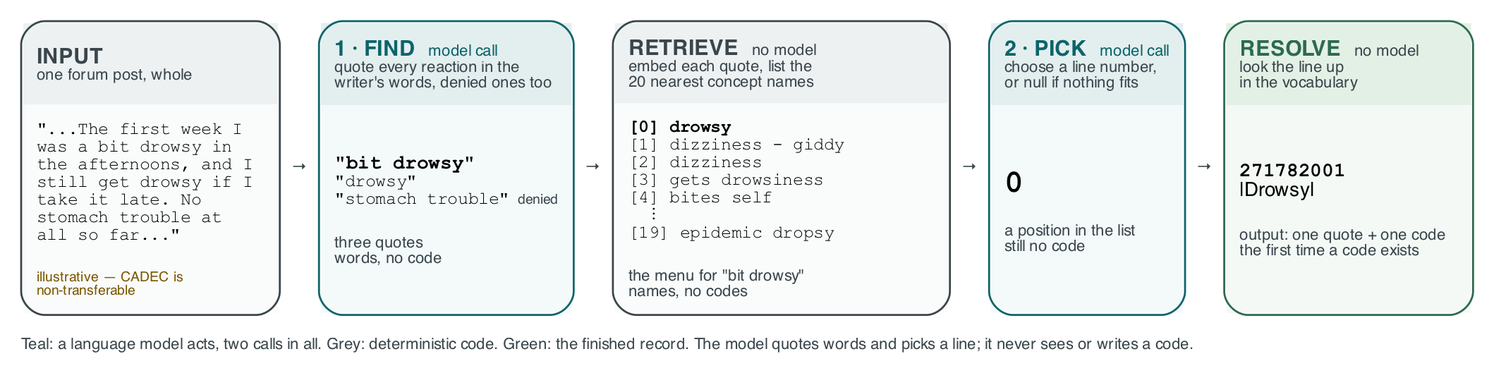
Before: docs/figures/infoq-fig6-pipeline-flow.png, a diagram exported from Graphviz (wbagais/reliability-ladder). Its source is kept beside it as docs/figures/infoq-fig6-pipeline-flow.dot.
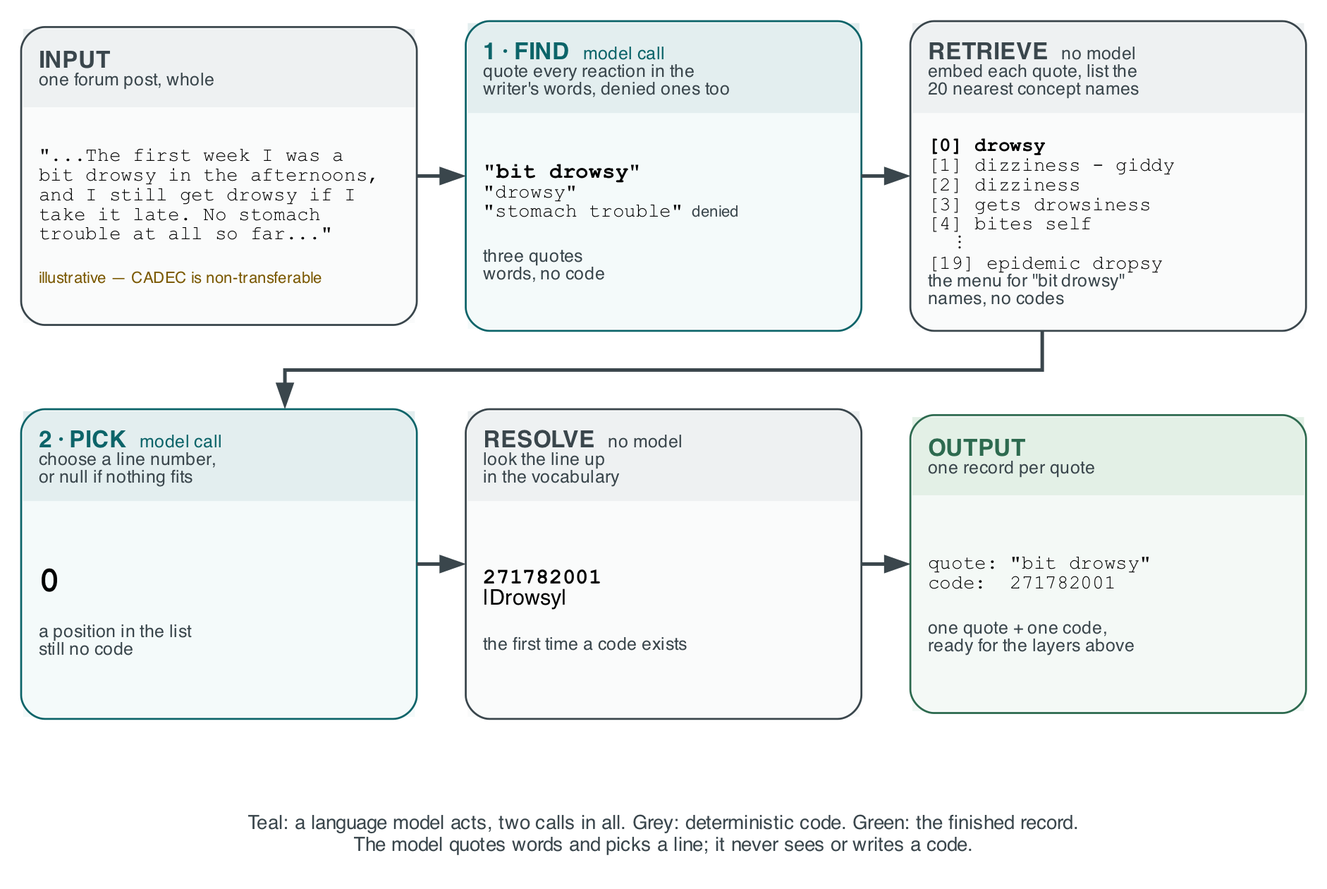
Later version of the same file.

Commit message:
InfoQ CADEC article: Figure 1 in two rows of three cards, output as its own card

Change to the diagram source:
```diff
@@ -1,35 +1,46 @@
-digraph pipeline_h {
-  bgcolor="white"; pad=0.15;
+digraph pipeline_flow {
+  bgcolor="white"; rankdir=TB; splines=ortho; nodesep=0.35; ranksep=0.55; pad=0.15;
   node [shape=none fontname="Helvetica" margin=0];
+  edge [color="#3a464c" penwidth=1.8 arrowsize=1.0];
 
-  t [label=<<TABLE BORDER="0" CELLBORDER="0" CELLSPACING="0" CELLPADDING="0">
-  <TR>
-    <TD VALIGN="MIDDLE"><TABLE BORDER="1" COLOR="#3a464c" CELLBORDER="0" CELLSPACING="0" CELLPADDING="7" STYLE="rounded" WIDTH="130">
-      <TR><TD BGCOLOR="#eef1f2" ALIGN="LEFT" WIDTH="130" HEIGHT="40"><FONT POINT-SIZE="11.5" COLOR="#3a464c"><B>INPUT</B></FONT><BR ALIGN="LEFT"/><FONT POINT-SIZE="8.5" COLOR="#3a464c">one forum post, whole</FONT><BR ALIGN="LEFT"/></TD></TR>
-      <TR><TD BGCOLOR="#fafbfb" ALIGN="LEFT" HEIGHT="105"><FONT POINT-SIZE="9.5" FACE="Courier">"...The first week I<BR ALIGN="LEFT"/>was a bit drowsy in<BR ALIGN="LEFT"/>the afternoons, and I<BR ALIGN="LEFT"/>still get drowsy if I<BR ALIGN="LEFT"/>take it late. No<BR ALIGN="LEFT"/>stomach trouble at<BR ALIGN="LEFT"/>all so far..."</FONT><BR ALIGN="LEFT"/><BR ALIGN="LEFT"/><FONT POINT-SIZE="7.5" COLOR="#7a5800">illustrative — CADEC is<BR ALIGN="LEFT"/>non-transferable</FONT><BR ALIGN="LEFT"/></TD></TR>
-    </TABLE></TD>
-    <TD WIDTH="20" VALIGN="MIDDLE"><FONT POINT-SIZE="8.5" COLOR="#3a464c">→</FONT></TD>
-    <TD VALIGN="MIDDLE"><TABLE BORDER="1" COLOR="#0c6469" CELLBORDER="0" CELLSPACING="0" CELLPADDING="7" STYLE="rounded" WIDTH="120">
-      <TR><TD BGCOLOR="#e3eeef" ALIGN="LEFT" WIDTH="120" HEIGHT="40"><FONT POINT-SIZE="11.5" COLOR="#0c6469"><B>1 · FIND</B></FONT><FONT POINT-SIZE="8.5" COLOR="#0c6469">   model call</FONT><BR ALIGN="LEFT"/><FONT POINT-SIZE="8.5" COLOR="#3a464c">quote every reaction in the<BR ALIGN="LEFT"/>writer's words, denied ones too</FONT><BR ALIGN="LEFT"/></TD></TR>
-      <TR><TD BGCOLOR="#f4fafa" ALIGN="LEFT" HEIGHT="105"><FONT POINT-SIZE="10" FACE="Courier"><B>"bit drowsy"</B></FONT><BR ALIGN="LEFT"/><FONT POINT-SIZE="9.5" FACE="Courier">"drowsy"</FONT><BR ALIGN="LEFT"/><FONT POINT-SIZE="9.5" FACE="Courier">"stomach trouble"</FONT><FONT POINT-SIZE="7.5" COLOR="#3a464c">  denied</FONT><BR ALIGN="LEFT"/><BR ALIGN="LEFT"/><FONT POINT-SIZE="8" COLOR="#3a464c">three quotes<BR ALIGN="LEFT"/>words, no code</FONT><BR ALIGN="LEFT"/></TD></TR>
-    </TABLE></TD>
-    <TD WIDTH="20" VALIGN="MIDDLE"><FONT POINT-SIZE="8.5" COLOR="#3a464c">→</FONT></TD>
-    <TD VALIGN="MIDDLE"><TABLE BORDER="1" COLOR="#3a464c" CELLBORDER="0" CELLSPACING="0" CELLPADDING="7" STYLE="rounded" WIDTH="170">
-      <TR><TD BGCOLOR="#eef1f2" ALIGN="LEFT" WIDTH="170" HEIGHT="40"><FONT POINT-SIZE="11.5" COLOR="#3a464c"><B>RETRIEVE</B></FONT><FONT POINT-SIZE="8.5" COLOR="#3a464c">   no model</FONT><BR ALIGN="LEFT"/><FONT POINT-SIZE="8.5" COLOR="#3a464c">embed each quote, list the<BR ALIGN="LEFT"/>20 nearest concept names</FONT><BR ALIGN="LEFT"/></TD></TR>
-      <TR><TD BGCOLOR="#fafbfb" ALIGN="LEFT" HEIGHT="105"><FONT POINT-SIZE="9.5" FACE="Courier"><B>[0] drowsy</B><BR ALIGN="LEFT"/>[1] dizziness - giddy<BR ALIGN="LEFT"/>[2] dizziness<BR ALIGN="LEFT"/>[3] gets drowsiness<BR ALIGN="LEFT"/>[4] bites self<BR ALIGN="LEFT"/>    ⋮<BR ALIGN="LEFT"/>[19] epidemic dropsy</FONT><BR ALIGN="LEFT"/><BR ALIGN="LEFT"/><FONT POINT-SIZE="8" COLOR="#3a464c">the menu for "bit drowsy"<BR ALIGN="LEFT"/>names, no codes</FONT><BR ALIGN="LEFT"/></TD></TR>
-    </TABLE></TD>
-    <TD WIDTH="20" VALIGN="MIDDLE"><FONT POINT-SIZE="8.5" COLOR="#3a464c">→</FONT></TD>
-    <TD VALIGN="MIDDLE"><TABLE BORDER="1" COLOR="#0c6469" CELLBORDER="0" CELLSPACING="0" CELLPADDING="7" STYLE="rounded" WIDTH="85">
-      <TR><TD BGCOLOR="#e3eeef" ALIGN="LEFT" WIDTH="85" HEIGHT="40"><FONT POINT-SIZE="11.5" COLOR="#0c6469"><B>2 · PICK</B></FONT><FONT POINT-SIZE="8.5" COLOR="#0c6469">   model call</FONT><BR ALIGN="LEFT"/><FONT POINT-SIZE="8.5" COLOR="#3a464c">choose a line number,<BR ALIGN="LEFT"/>or null if nothing fits</FONT><BR ALIGN="LEFT"/></TD></TR>
-      <TR><TD BGCOLOR="#f4fafa" ALIGN="LEFT" HEIGHT="105"><FONT POINT-SIZE="16" FACE="Courier"><B>0</B></FONT><BR ALIGN="LEFT"/><BR ALIGN="LEFT"/><FONT POINT-SIZE="8" COLOR="#3a464c">a position in the list<BR ALIGN="LEFT"/>still no code</FONT><BR ALIGN="LEFT"/></TD></TR>
-    </TABLE></TD>
-    <TD WIDTH="20" VALIGN="MIDDLE"><FONT POINT-SIZE="8.5" COLOR="#3a464c">→</FONT></TD>
-    <TD VALIGN="MIDDLE"><TABLE BORDER="1" COLOR="#2d6a4f" CELLBORDER="0" CELLSPACING="0" CELLPADDING="7" STYLE="rounded" WIDTH="125">
-      <TR><TD BGCOLOR="#e3f0e6" ALIGN="LEFT" WIDTH="125" HEIGHT="40"><FONT POINT-SIZE="11.5" COLOR="#2d6a4f"><B>RESOLVE</B></FONT><FONT POINT-SIZE="8.5" COLOR="#3a464c">   no model</FONT><BR ALIGN="LEFT"/><FONT POINT-SIZE="8.5" COLOR="#3a464c">look the line up<BR ALIGN="LEFT"/>in the vocabulary</FONT><BR ALIGN="LEFT"/></TD></TR>
-      <TR><TD BGCOLOR="#f4f9f6" ALIGN="LEFT" HEIGHT="105"><FONT POINT-SIZE="10" FACE="Courier"><B>271782001</B></FONT><BR ALIGN="LEFT"/><FONT POINT-SIZE="10">|Drowsy|</FONT><BR ALIGN="LEFT"/><BR ALIGN="LEFT"/><FONT POINT-SIZE="8" COLOR="#3a464c">output: one quote + one code<BR ALIGN="LEFT"/>the first time a code exists</FONT><BR ALIGN="LEFT"/></TD></TR>
-    </TABLE></TD>
-  </TR>
-  <TR><TD COLSPAN="9" HEIGHT="10"></TD></TR>
-  <TR><TD COLSPAN="9" ALIGN="LEFT"><FONT POINT-SIZE="8.5" COLOR="#3a464c">Teal: a language model acts, two calls in all. Grey: deterministic code. Green: the finished record. The model quotes words and picks a line; it never sees or writes a code.</FONT></TD></TR>
+  input [label=<<TABLE BORDER="1" COLOR="#3a464c" CELLBORDER="0" CELLSPACING="0" CELLPADDING="8" STYLE="rounded" WIDTH="200">
+    <TR><TD BGCOLOR="#eef1f2" ALIGN="LEFT" WIDTH="200" HEIGHT="40"><FONT POINT-SIZE="12.5" COLOR="#3a464c"><B>INPUT</B></FONT><BR ALIGN="LEFT"/><FONT POINT-SIZE="9.5" COLOR="#3a464c">one forum post, whole</FONT><BR ALIGN="LEFT"/></TD></TR>
+    <TR><TD BGCOLOR="#fafbfb" ALIGN="LEFT" HEIGHT="110"><FONT POINT-SIZE="10" FACE="Courier">"...The first week I was a<BR ALIGN="LEFT"/>bit drowsy in the afternoons,<BR ALIGN="LEFT"/>and I still get drowsy if I<BR ALIGN="LEFT"/>take it late. No stomach<BR ALIGN="LEFT"/>trouble at all so far..."</FONT><BR ALIGN="LEFT"/><BR ALIGN="LEFT"/><FONT POINT-SIZE="8.5" COLOR="#7a5800">illustrative — CADEC is non-transferable</FONT><BR ALIGN="LEFT"/></TD></TR>
   </TABLE>>];
+
+  find [label=<<TABLE BORDER="1" COLOR="#0c6469" CELLBORDER="0" CELLSPACING="0" CELLPADDING="8" STYLE="rounded" WIDTH="200">
+    <TR><TD BGCOLOR="#e3eeef" ALIGN="LEFT" WIDTH="200" HEIGHT="40"><FONT POINT-SIZE="12.5" COLOR="#0c6469"><B>1 · FIND</B></FONT><FONT POINT-SIZE="9.5" COLOR="#0c6469">   model call</FONT><BR ALIGN="LEFT"/><FONT POINT-SIZE="9.5" COLOR="#3a464c">quote every reaction in the<BR ALIGN="LEFT"/>writer's words, denied ones too</FONT><BR ALIGN="LEFT"/></TD></TR>
+    <TR><TD BGCOLOR="#f4fafa" ALIGN="LEFT" HEIGHT="110"><FONT POINT-SIZE="11" FACE="Courier"><B>"bit drowsy"</B></FONT><BR ALIGN="LEFT"/><FONT POINT-SIZE="10" FACE="Courier">"drowsy"</FONT><BR ALIGN="LEFT"/><FONT POINT-SIZE="10" FACE="Courier">"stomach trouble"</FONT><FONT POINT-SIZE="8.5" COLOR="#3a464c">  denied</FONT><BR ALIGN="LEFT"/><BR ALIGN="LEFT"/><FONT POINT-SIZE="9" COLOR="#3a464c">three quotes<BR ALIGN="LEFT"/>words, no code</FONT><BR ALIGN="LEFT"/></TD></TR>
+  </TABLE>>];
+
+  retrieve [label=<<TABLE BORDER="1" COLOR="#3a464c" CELLBORDER="0" CELLSPACING="0" CELLPADDING="8" STYLE="rounded" WIDTH="200">
+    <TR><TD BGCOLOR="#eef1f2" ALIGN="LEFT" WIDTH="200" HEIGHT="40"><FONT POINT-SIZE="12.5" COLOR="#3a464c"><B>RETRIEVE</B></FONT><FONT POINT-SIZE="9.5" COLOR="#3a464c">   no model</FONT><BR ALIGN="LEFT"/><FONT POINT-SIZE="9.5" COLOR="#3a464c">embed each quote, list the<BR ALIGN="LEFT"/>20 nearest concept names</FONT><BR ALIGN="LEFT"/></TD></TR>
+    <TR><TD BGCOLOR="#fafbfb" ALIGN="LEFT" HEIGHT="110"><FONT POINT-SIZE="10" FACE="Courier"><B>[0] drowsy</B><BR ALIGN="LEFT"/>[1] dizziness - giddy<BR ALIGN="LEFT"/>[2] dizziness<BR ALIGN="LEFT"/>[3] gets drowsiness<BR ALIGN="LEFT"/>[4] bites self<BR ALIGN="LEFT"/>    ⋮<BR ALIGN="LEFT"/>[19] epidemic dropsy</FONT><BR ALIGN="LEFT"/><FONT POINT-SIZE="9" COLOR="#3a464c">the menu for "bit drowsy"<BR ALIGN="LEFT"/>names, no codes</FONT><BR ALIGN="LEFT"/></TD></TR>
+  </TABLE>>];
+
+  pick [label=<<TABLE BORDER="1" COLOR="#0c6469" CELLBORDER="0" CELLSPACING="0" CELLPADDING="8" STYLE="rounded" WIDTH="200">
+    <TR><TD BGCOLOR="#e3eeef" ALIGN="LEFT" WIDTH="200" HEIGHT="40"><FONT POINT-SIZE="12.5" COLOR="#0c6469"><B>2 · PICK</B></FONT><FONT POINT-SIZE="9.5" COLOR="#0c6469">   model call</FONT><BR ALIGN="LEFT"/><FONT POINT-SIZE="9.5" COLOR="#3a464c">choose a line number,<BR ALIGN="LEFT"/>or null if nothing fits</FONT><BR ALIGN="LEFT"/></TD></TR>
+    <TR><TD BGCOLOR="#f4fafa" ALIGN="LEFT" HEIGHT="110"><FONT POINT-SIZE="18" FACE="Courier"><B>0</B></FONT><BR ALIGN="LEFT"/><BR ALIGN="LEFT"/><FONT POINT-SIZE="9" COLOR="#3a464c">a position in the list<BR ALIGN="LEFT"/>still no code</FONT><BR ALIGN="LEFT"/></TD></TR>
+  </TABLE>>];
+
+  resolve [label=<<TABLE BORDER="1" COLOR="#3a464c" CELLBORDER="0" CELLSPACING="0" CELLPADDING="8" STYLE="rounded" WIDTH="200">
+    <TR><TD BGCOLOR="#eef1f2" ALIGN="LEFT" WIDTH="200" HEIGHT="40"><FONT POINT-SIZE="12.5" COLOR="#3a464c"><B>RESOLVE</B></FONT><FONT POINT-SIZE="9.5" COLOR="#3a464c">   no model</FONT><BR ALIGN="LEFT"/><FONT POINT-SIZE="9.5" COLOR="#3a464c">look the line up<BR ALIGN="LEFT"/>in the vocabulary</FONT><BR ALIGN="LEFT"/></TD></TR>
+    <TR><TD BGCOLOR="#fafbfb" ALIGN="LEFT" HEIGHT="110"><FONT POINT-SIZE="11" FACE="Courier"><B>271782001</B></FONT><BR ALIGN="LEFT"/><FONT POINT-SIZE="11">|Drowsy|</FONT><BR ALIGN="LEFT"/><BR ALIGN="LEFT"/><FONT POINT-SIZE="9" COLOR="#3a464c">the first time a code exists</FONT><BR ALIGN="LEFT"/></TD></TR>
+  </TABLE>>];
+
+  output [label=<<TABLE BORDER="1" COLOR="#2d6a4f" CELLBORDER="0" CELLSPACING="0" CELLPADDING="8" STYLE="rounded" WIDTH="200">
+    <TR><TD BGCOLOR="#e3f0e6" ALIGN="LEFT" WIDTH="200" HEIGHT="40"><FONT POINT-SIZE="12.5" COLOR="#2d6a4f"><B>OUTPUT</B></FONT><BR ALIGN="LEFT"/><FONT POINT-SIZE="9.5" COLOR="#3a464c">one record per quote</FONT><BR ALIGN="LEFT"/></TD></TR>
+    <TR><TD BGCOLOR="#f4f9f6" ALIGN="LEFT" HEIGHT="110"><FONT POINT-SIZE="10" FACE="Courier">quote: "bit drowsy"<BR ALIGN="LEFT"/>code:  271782001</FONT><BR ALIGN="LEFT"/><BR ALIGN="LEFT"/><FONT POINT-SIZE="9" COLOR="#3a464c">one quote + one code,<BR ALIGN="LEFT"/>ready for the layers above</FONT><BR ALIGN="LEFT"/></TD></TR>
+  </TABLE>>];
+
+  legend [shape=plaintext fontname="Helvetica" fontsize=10 fontcolor="#3a464c"
+          label=<Teal: a language model acts, two calls in all. Grey: deterministic code. Green: the finished record.<BR/>The model quotes words and picks a line; it never sees or writes a code.>];
+
+  { rank=same; input; find; retrieve; }
+  { rank=same; pick; resolve; output; }
+  input -> find; find -> retrieve;
+  retrieve -> pick;
+  pick -> resolve; resolve -> output;
+  input -> pick [style=invis]; find -> resolve [style=invis]; retrieve -> output [style=invis];
+  resolve -> legend [style=invis];
 }
```
